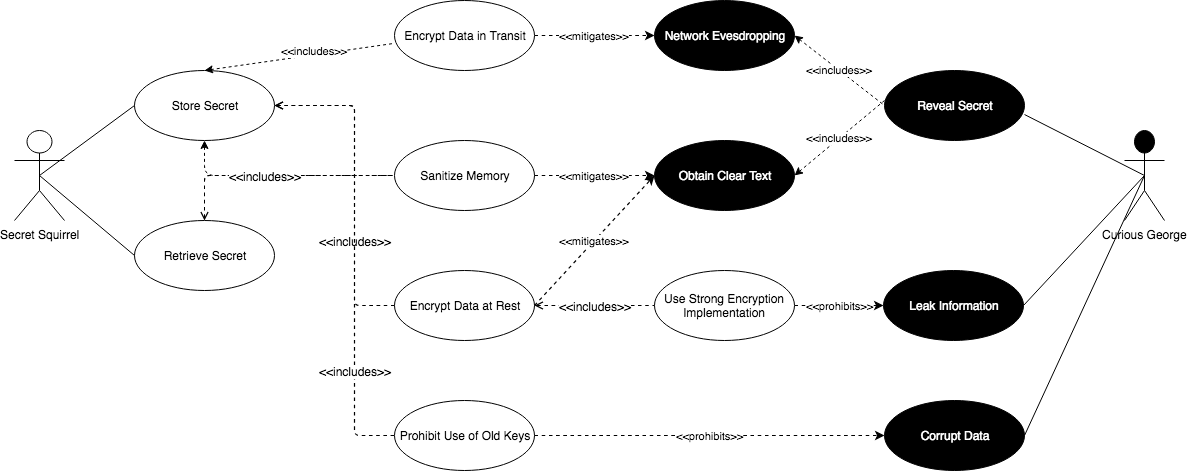
sdfrench/CYBR8420-GotRoot keeps this draw.io diagram as Images/Use Cases-Secrets.png. Above is the earlier version. Source tidied: cells renumbered, new cells last; positions are measured from the earlier drawing's top-left corner, leaving out a move shared by most shapes.
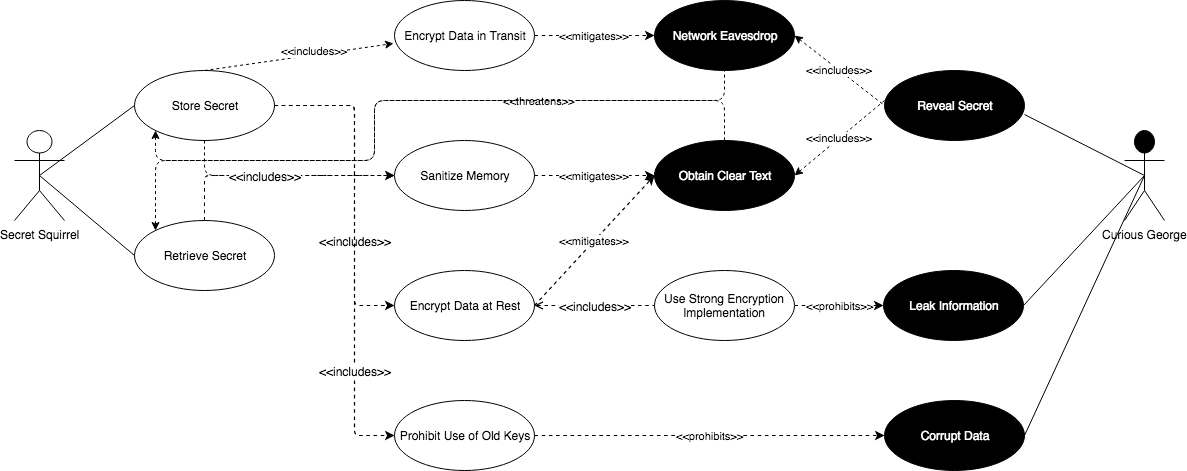
Later version of the same file.

The edit, as a diff of the source:
```diff
@@ -5,7 +5,7 @@
     <mxCell id="2" value="Store Secret" style="ellipse;whiteSpace=wrap;html=1;" parent="1" vertex="1">
       <mxGeometry x="120" y="70" width="140" height="70" as="geometry" />
     </mxCell>
-    <mxCell id="3" style="html=1;jettySize=18;fontSize=11;strokeOpacity=100;dashed=1;strokeWidth=1.2;rounded=1;arcSize=10;startArrow=open;endArrow=none;elbow=vertical;endFill=0;entryX=0;entryY=0.5;entryDx=0;entryDy=0;exitX=0.5;exitY=0;exitDx=0;exitDy=0;edgeStyle=orthogonalEdgeStyle;" parent="1" edge="1" source="9" target="12">
+    <mxCell id="3" style="html=1;jettySize=18;fontSize=11;strokeOpacity=100;dashed=1;strokeWidth=1.2;rounded=1;arcSize=10;startArrow=none;endArrow=classic;elbow=vertical;endFill=1;entryX=0;entryY=0.5;entryDx=0;entryDy=0;exitX=0.5;exitY=0;exitDx=0;exitDy=0;edgeStyle=orthogonalEdgeStyle;startFill=0;" parent="1" edge="1" source="9" target="12">
       <mxGeometry relative="1" as="geometry">
         <Array as="points">
           <mxPoint x="190" y="175" />
@@ -33,7 +33,7 @@
     <mxCell id="9" value="Retrieve Secret" style="ellipse;whiteSpace=wrap;html=1;" parent="1" vertex="1">
       <mxGeometry x="120" y="220" width="140" height="70" as="geometry" />
     </mxCell>
-    <mxCell id="10" value="&amp;lt;&amp;lt;includes&amp;gt;&amp;gt;" style="edgeStyle=none;rounded=1;jettySize=auto;html=1;dashed=1;startArrow=classic;startFill=1;endArrow=none;endFill=0;fontColor=#000000;entryX=-0.007;entryY=0.614;entryDx=0;entryDy=0;entryPerimeter=0;exitX=0.5;exitY=0;exitDx=0;exitDy=0;" parent="1" edge="1" source="2" target="11">
+    <mxCell id="10" value="&amp;lt;&amp;lt;includes&amp;gt;&amp;gt;" style="edgeStyle=none;rounded=1;jettySize=auto;html=1;dashed=1;startArrow=none;startFill=0;endArrow=classic;endFill=1;fontColor=#000000;entryX=-0.007;entryY=0.614;entryDx=0;entryDy=0;entryPerimeter=0;exitX=0.5;exitY=0;exitDx=0;exitDy=0;" parent="1" edge="1" source="2" target="11">
       <mxGeometry x="0.17" y="4" relative="1" as="geometry" />
     </mxCell>
     <mxCell id="11" value="Encrypt Data in Transit" style="ellipse;whiteSpace=wrap;html=1;" parent="1" vertex="1">
@@ -48,7 +48,7 @@
     <mxCell id="14" value="Prohibit Use of Old Keys" style="ellipse;whiteSpace=wrap;html=1;" parent="1" vertex="1">
       <mxGeometry x="380" y="400" width="140" height="70" as="geometry" />
     </mxCell>
-    <mxCell id="15" value="Network Evesdropping" style="ellipse;whiteSpace=wrap;html=1;fillColor=#000000;fontColor=#FFFFFF;" parent="1" vertex="1">
+    <mxCell id="15" value="Network Eavesdrop" style="ellipse;whiteSpace=wrap;html=1;fillColor=#000000;fontColor=#FFFFFF;" parent="1" vertex="1">
       <mxGeometry x="640" width="140" height="70" as="geometry" />
     </mxCell>
     <mxCell id="16" value="Reveal Secret" style="ellipse;whiteSpace=wrap;html=1;fillColor=#000000;fontColor=#FFFFFF;" parent="1" vertex="1">
@@ -75,7 +75,7 @@
     <mxCell id="23" style="rounded=1;jettySize=auto;html=1;exitX=1;exitY=0.5;exitDx=0;exitDy=0;fontColor=#FFFFFF;startArrow=none;startFill=0;endArrow=none;endFill=0;entryX=0.5;entryY=0.5;entryDx=0;entryDy=0;entryPerimeter=0;" parent="1" edge="1" source="18" target="19">
       <mxGeometry relative="1" as="geometry" />
     </mxCell>
-    <mxCell id="24" style="rounded=1;jettySize=auto;html=1;entryX=0;entryY=0.5;entryDx=0;entryDy=0;fontColor=#FFFFFF;startArrow=classic;startFill=1;endArrow=none;endFill=0;dashed=1;edgeStyle=orthogonalEdgeStyle;exitX=0.5;exitY=1;exitDx=0;exitDy=0;" parent="1" edge="1" source="2" target="12">
+    <mxCell id="24" style="rounded=1;jettySize=auto;html=1;entryX=0;entryY=0.5;entryDx=0;entryDy=0;fontColor=#FFFFFF;startArrow=none;startFill=0;endArrow=classic;endFill=1;dashed=1;edgeStyle=orthogonalEdgeStyle;exitX=0.5;exitY=1;exitDx=0;exitDy=0;" parent="1" edge="1" source="2" target="12">
       <mxGeometry relative="1" as="geometry">
         <Array as="points">
           <mxPoint x="190" y="175" />
@@ -119,7 +119,7 @@
     <mxCell id="35" style="edgeStyle=none;rounded=1;orthogonalLoop=1;jettySize=auto;html=1;entryX=0;entryY=0.5;entryDx=0;entryDy=0;dashed=1;startArrow=none;startFill=0;endArrow=classic;endFill=1;fontColor=#000000;" parent="1" edge="1" source="32" target="32">
       <mxGeometry relative="1" as="geometry" />
     </mxCell>
-    <mxCell id="36" style="html=1;jettySize=18;fontSize=11;strokeOpacity=100;dashed=1;strokeWidth=1.2;rounded=1;arcSize=10;startArrow=open;endArrow=none;elbow=vertical;endFill=0;entryX=0;entryY=0.5;entryDx=0;entryDy=0;exitX=1;exitY=0.5;exitDx=0;exitDy=0;edgeStyle=orthogonalEdgeStyle;" parent="1" edge="1" source="2" target="13">
+    <mxCell id="36" style="html=1;jettySize=18;fontSize=11;strokeOpacity=100;dashed=1;strokeWidth=1.2;rounded=1;arcSize=10;startArrow=none;endArrow=classic;elbow=vertical;endFill=1;entryX=0;entryY=0.5;entryDx=0;entryDy=0;exitX=1;exitY=0.5;exitDx=0;exitDy=0;edgeStyle=orthogonalEdgeStyle;startFill=0;" parent="1" edge="1" source="2" target="13">
       <mxGeometry relative="1" as="geometry">
         <Array as="points">
           <mxPoint x="340" y="105" />
@@ -138,7 +138,7 @@
         <mxPoint x="1" y="-62" as="offset" />
       </mxGeometry>
     </mxCell>
-    <mxCell id="39" style="html=1;jettySize=18;fontSize=11;strokeOpacity=100;dashed=1;strokeWidth=1.2;rounded=1;arcSize=10;startArrow=open;endArrow=none;elbow=vertical;endFill=0;entryX=0;entryY=0.5;entryDx=0;entryDy=0;exitX=1;exitY=0.5;exitDx=0;exitDy=0;edgeStyle=orthogonalEdgeStyle;" parent="1" edge="1" source="2" target="14">
+    <mxCell id="39" style="html=1;jettySize=18;fontSize=11;strokeOpacity=100;dashed=1;strokeWidth=1.2;rounded=1;arcSize=10;startArrow=none;endArrow=classic;elbow=vertical;endFill=1;entryX=0;entryY=0.5;entryDx=0;entryDy=0;exitX=1;exitY=0.5;exitDx=0;exitDy=0;edgeStyle=orthogonalEdgeStyle;startFill=0;" parent="1" edge="1" source="2" target="14">
       <mxGeometry relative="1" as="geometry">
         <Array as="points">
           <mxPoint x="340" y="105" />
@@ -157,5 +157,25 @@
         <mxPoint x="2" y="-30" as="offset" />
       </mxGeometry>
     </mxCell>
+    <mxCell id="42" value="&amp;lt;&amp;lt;threatens&amp;gt;&amp;gt;" style="edgeStyle=orthogonalEdgeStyle;rounded=1;jettySize=auto;html=1;dashed=1;startArrow=classic;startFill=1;endArrow=none;endFill=0;fontColor=#000000;entryX=0.5;entryY=0;entryDx=0;entryDy=0;exitX=0;exitY=0;exitDx=0;exitDy=0;" parent="1" edge="1" source="9" target="17">
+      <mxGeometry x="0.39" relative="1" as="geometry">
+        <Array as="points">
+          <mxPoint x="141" y="160" />
+          <mxPoint x="360" y="160" />
+          <mxPoint x="360" y="100" />
+          <mxPoint x="710" y="100" />
+        </Array>
+      </mxGeometry>
+    </mxCell>
+    <mxCell id="43" style="edgeStyle=orthogonalEdgeStyle;rounded=1;jettySize=auto;html=1;dashed=1;startArrow=classic;startFill=1;endArrow=none;endFill=0;fontColor=#000000;entryX=0.5;entryY=1;entryDx=0;entryDy=0;exitX=0;exitY=1;exitDx=0;exitDy=0;" parent="1" edge="1" source="2" target="15">
+      <mxGeometry x="0.39" relative="1" as="geometry">
+        <Array as="points">
+          <mxPoint x="141" y="160" />
+          <mxPoint x="360" y="160" />
+          <mxPoint x="360" y="100" />
+          <mxPoint x="710" y="100" />
+        </Array>
+      </mxGeometry>
+    </mxCell>
   </root>
 </mxGraphModel>
```
